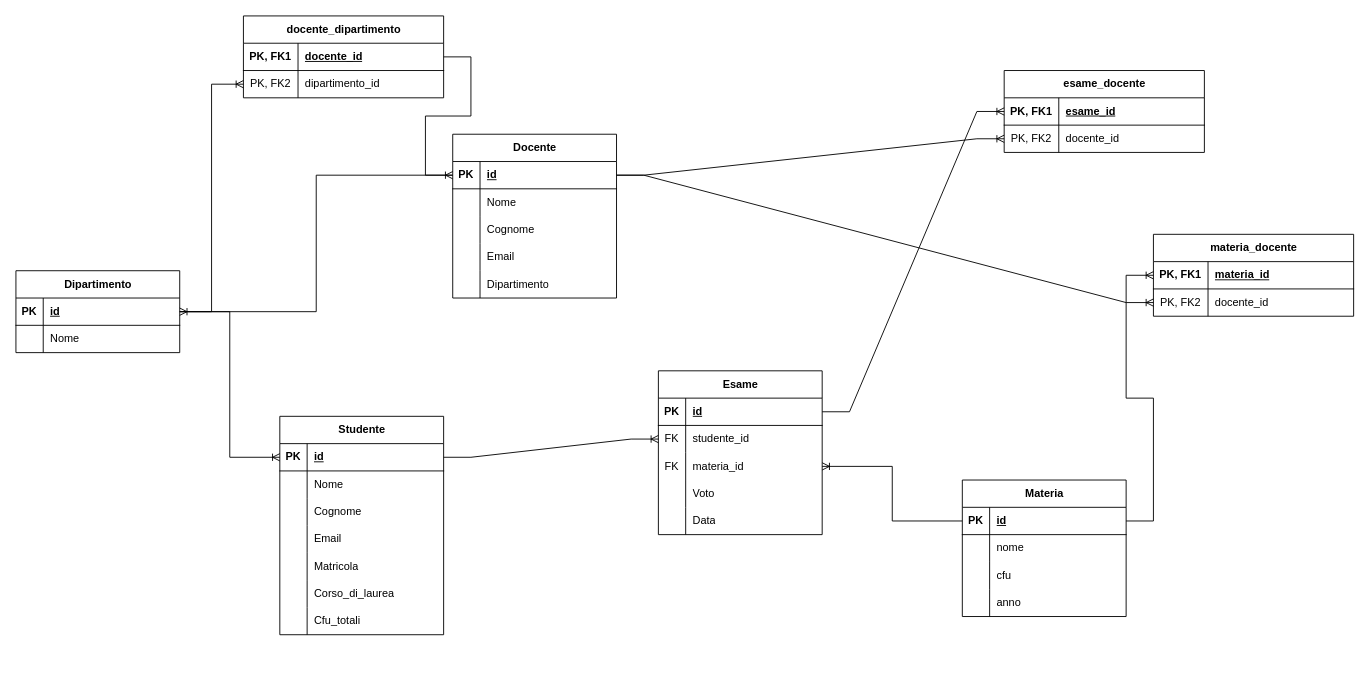
Before: Universita/doc/Diagramma senza titolo.drawio in ZetaTeo/ProgettoR_Universita, a draw.io diagram. Source tidied: cells renumbered, new cells numbered last; positions are measured from the earlier drawing's top-left corner, leaving out a move shared by most shapes. Both pictures are drawn from the tidied source at 91%, with x=0, y=0 at pixel (15, 15).
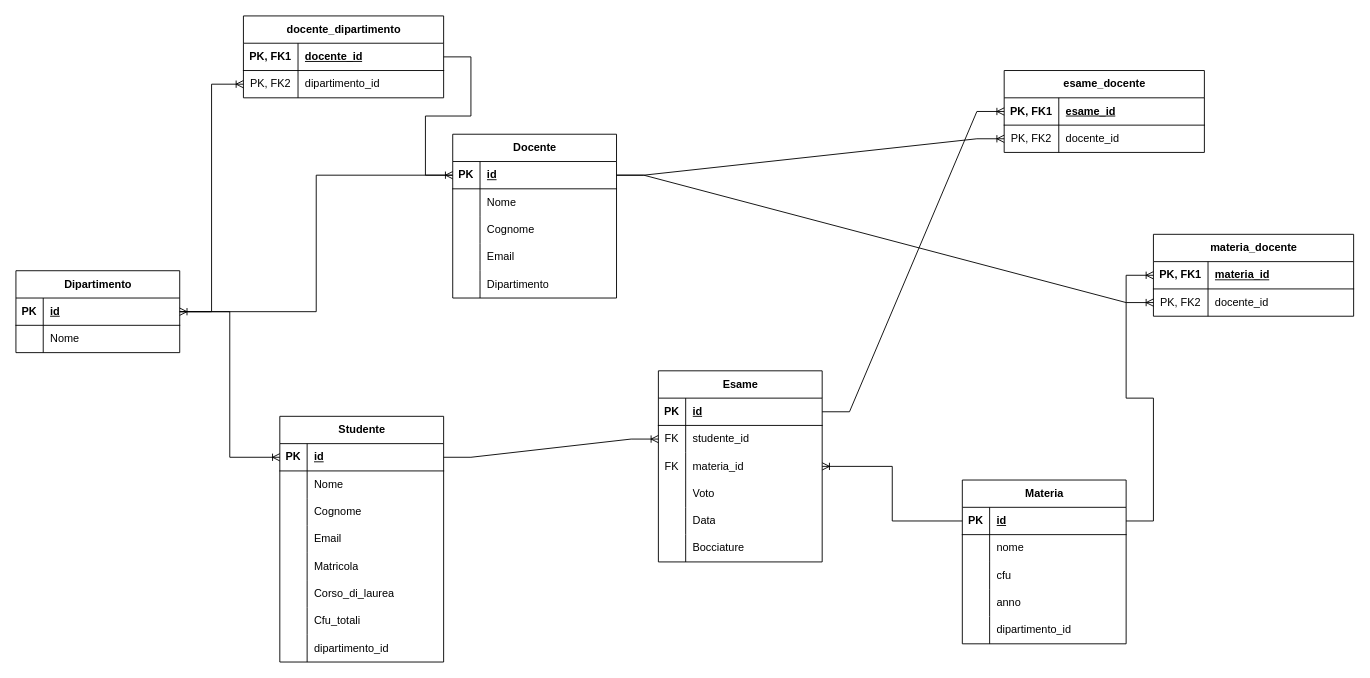
The same diagram, later.

Change to the diagram source:
```diff
@@
     <mxCell id="2" value="Studente" style="shape=table;startSize=30;childLayout=tableLayout;rowLines=0;fontStyle=1;align=center;html=1;" parent="1" vertex="1">
-      <mxGeometry x="290" y="440" width="180" height="240" as="geometry" />
+      <mxGeometry x="290" y="440" width="180" height="270" as="geometry" />
     </mxCell>
@@
+    <mxCell id="107" style="shape=tableRow;horizontal=0;startSize=0;swimlaneHead=0;swimlaneBody=0;fillColor=none;top=0;left=0;right=0;bottom=0;" parent="2" vertex="1">
+      <mxGeometry y="240" width="180" height="30" as="geometry" />
+    </mxCell>
+    <mxCell id="108" style="shape=partialRectangle;fillColor=none;top=0;left=0;bottom=0;right=0;overflow=hidden;whiteSpace=wrap;html=1;" parent="107" vertex="1">
+      <mxGeometry width="30" height="30" as="geometry" />
+    </mxCell>
+    <mxCell id="109" value="dipartimento_id" style="shape=partialRectangle;fillColor=none;top=0;left=0;bottom=0;right=0;align=left;spacingLeft=6;overflow=hidden;whiteSpace=wrap;html=1;" parent="107" vertex="1">
+      <mxGeometry x="30" width="150" height="30" as="geometry" />
+    </mxCell>
     <mxCell id="24" value="Esame" style="shape=table;startSize=30;childLayout=tableLayout;rowLines=0;fontStyle=1;align=center;html=1;" parent="1" vertex="1">
-      <mxGeometry x="706" y="390" width="180" height="180" as="geometry" />
+      <mxGeometry x="706" y="390" width="180" height="210" as="geometry" />
     </mxCell>
@@
+    <mxCell id="110" style="shape=tableRow;horizontal=0;startSize=0;swimlaneHead=0;swimlaneBody=0;fillColor=none;top=0;left=0;right=0;bottom=0;" parent="24" vertex="1">
+      <mxGeometry y="180" width="180" height="30" as="geometry" />
+    </mxCell>
+    <mxCell id="111" style="shape=partialRectangle;fillColor=none;top=0;left=0;bottom=0;right=0;overflow=hidden;whiteSpace=wrap;html=1;" parent="110" vertex="1">
+      <mxGeometry width="30" height="30" as="geometry" />
+    </mxCell>
+    <mxCell id="112" value="Bocciature" style="shape=partialRectangle;fillColor=none;top=0;left=0;bottom=0;right=0;align=left;spacingLeft=6;overflow=hidden;whiteSpace=wrap;html=1;" parent="110" vertex="1">
+      <mxGeometry x="30" width="150" height="30" as="geometry" />
+    </mxCell>
     <mxCell id="40" value="Materia" style="shape=table;startSize=30;childLayout=tableLayout;rowLines=0;fontStyle=1;align=center;html=1;" parent="1" vertex="1">
-      <mxGeometry x="1040" y="510" width="180" height="150" as="geometry" />
+      <mxGeometry x="1040" y="510" width="180" height="180" as="geometry" />
     </mxCell>
@@
+    <mxCell id="113" style="shape=tableRow;horizontal=0;startSize=0;swimlaneHead=0;swimlaneBody=0;fillColor=none;top=0;left=0;right=0;bottom=0;" parent="40" vertex="1">
+      <mxGeometry y="150" width="180" height="30" as="geometry" />
+    </mxCell>
+    <mxCell id="114" style="shape=partialRectangle;fillColor=none;top=0;left=0;bottom=0;right=0;overflow=hidden;whiteSpace=wrap;html=1;" parent="113" vertex="1">
+      <mxGeometry width="30" height="30" as="geometry" />
+    </mxCell>
+    <mxCell id="115" value="dipartimento_id" style="shape=partialRectangle;fillColor=none;top=0;left=0;bottom=0;right=0;align=left;spacingLeft=6;overflow=hidden;whiteSpace=wrap;html=1;" parent="113" vertex="1">
+      <mxGeometry x="30" width="150" height="30" as="geometry" />
+    </mxCell>
```
